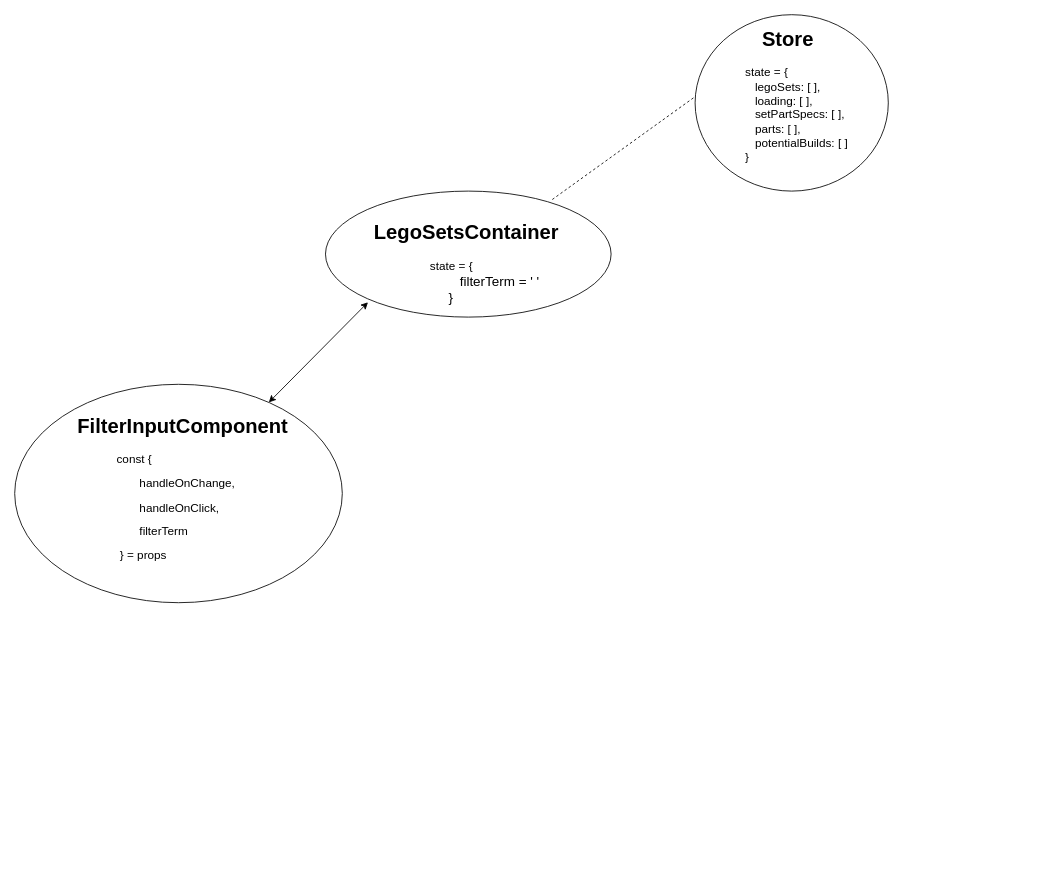
The draw.io diagram StateTreeDiagram.drawio in DavidRMorphew/my-bricks-app-frontend, before the edit. Source tidied: cells renumbered, new cells numbered last; positions are measured from the earlier drawing's top-left corner, leaving out a move shared by most shapes. Both pictures are drawn from the tidied source at 84%, with x=0, y=0 at pixel (14, 14).
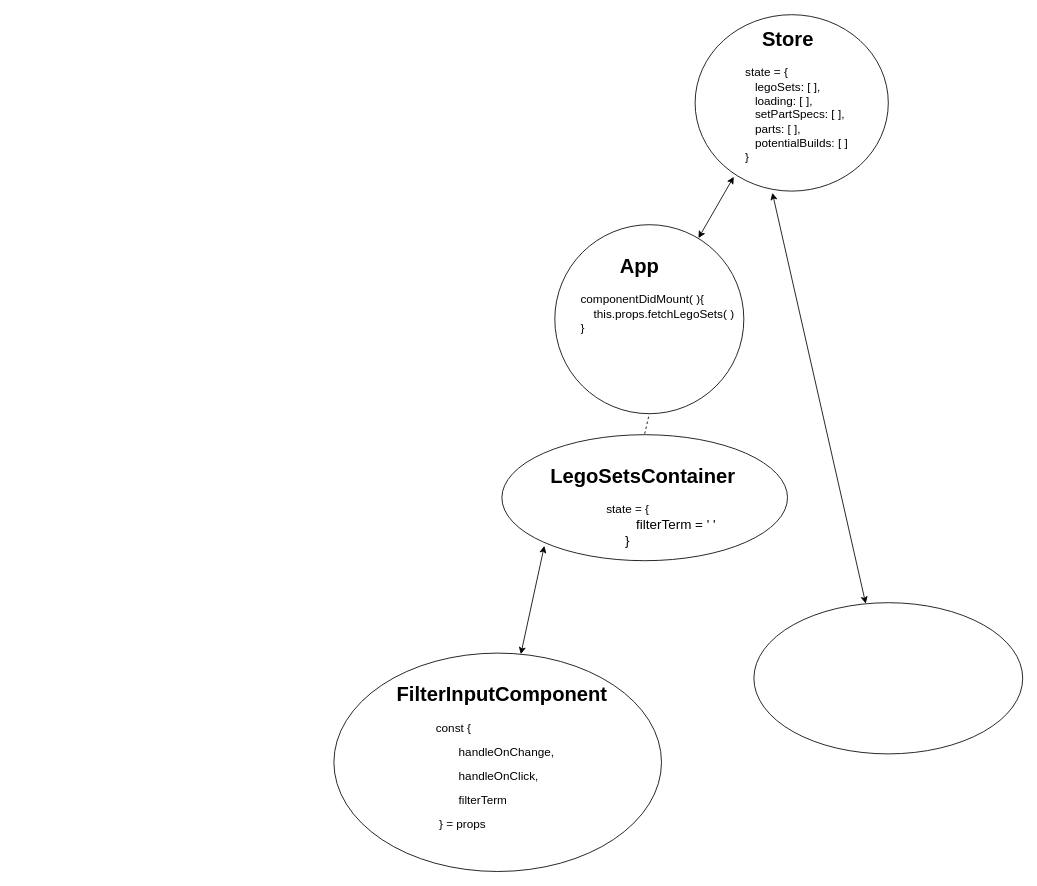
Above is the later version.

Commit message (it also covers changes not shown here):
cleaing up code in LegoSetCards and building out StateTreeDiagram.drawio

What changed in the source:
```diff
@@
 <mxGraphModel>
   <root>
     <mxCell id="0" />
     <mxCell id="1" parent="0" />
     <mxCell id="2" style="ellipse;whiteSpace=wrap;html=1;" parent="1" vertex="1">
       <mxGeometry x="810" width="230" height="210" as="geometry" />
     </mxCell>
     <mxCell id="3" value="&lt;h1&gt;&amp;nbsp; &amp;nbsp;Store&lt;/h1&gt;&lt;div&gt;&lt;font style=&quot;font-size: 14px&quot;&gt;&lt;span style=&quot;text-align: center&quot;&gt;state =&amp;nbsp;&lt;/span&gt;&lt;span style=&quot;text-align: center&quot;&gt;{&lt;/span&gt;&lt;br style=&quot;text-align: center&quot;&gt;&lt;span style=&quot;text-align: center&quot;&gt;&amp;nbsp; &amp;nbsp;legoSets: [ ],&lt;/span&gt;&lt;br style=&quot;text-align: center&quot;&gt;&lt;span style=&quot;text-align: center&quot;&gt;&amp;nbsp; &amp;nbsp;loading: [ ],&lt;/span&gt;&lt;br style=&quot;text-align: center&quot;&gt;&lt;span style=&quot;text-align: center&quot;&gt;&amp;nbsp; &amp;nbsp;setPartSpecs: [ ],&lt;/span&gt;&lt;br style=&quot;text-align: center&quot;&gt;&lt;span style=&quot;text-align: center&quot;&gt;&amp;nbsp; &amp;nbsp;parts: [ ],&lt;/span&gt;&lt;br style=&quot;text-align: center&quot;&gt;&lt;span style=&quot;text-align: center&quot;&gt;&amp;nbsp; &amp;nbsp;potentialBuilds: [ ]&lt;/span&gt;&lt;br style=&quot;text-align: center&quot;&gt;&lt;span style=&quot;text-align: center&quot;&gt;}&lt;/span&gt;&lt;/font&gt;&lt;br&gt;&lt;/div&gt;" style="text;html=1;strokeColor=none;fillColor=none;spacing=5;spacingTop=-20;whiteSpace=wrap;overflow=hidden;rounded=0;" parent="1" vertex="1">
       <mxGeometry x="865" y="10" width="190" height="170" as="geometry" />
     </mxCell>
     <mxCell id="4" style="ellipse;whiteSpace=wrap;html=1;" parent="1" vertex="1">
-      <mxGeometry x="370" y="210" width="340" height="150" as="geometry" />
+      <mxGeometry x="580" y="500" width="340" height="150" as="geometry" />
     </mxCell>
     <mxCell id="5" value="&lt;h1&gt;LegoSetsContainer&lt;/h1&gt;&lt;div&gt;&amp;nbsp; &amp;nbsp; &amp;nbsp; &amp;nbsp; &amp;nbsp; &amp;nbsp; &amp;nbsp; &amp;nbsp; &amp;nbsp; &amp;nbsp; &lt;font style=&quot;font-size: 14px&quot;&gt;state = {&lt;/font&gt;&lt;/div&gt;&lt;div&gt;&lt;font size=&quot;3&quot;&gt;&amp;nbsp; &amp;nbsp; &amp;nbsp; &amp;nbsp; &amp;nbsp; &amp;nbsp; &amp;nbsp; &amp;nbsp; &amp;nbsp; &amp;nbsp; &amp;nbsp; &amp;nbsp;filterTerm = ' '&lt;/font&gt;&lt;/div&gt;&lt;div&gt;&lt;font size=&quot;3&quot;&gt;&amp;nbsp; &amp;nbsp; &amp;nbsp; &amp;nbsp; &amp;nbsp; &amp;nbsp; &amp;nbsp; &amp;nbsp; &amp;nbsp; &amp;nbsp; }&lt;/font&gt;&lt;/div&gt;" style="text;html=1;strokeColor=none;fillColor=none;spacing=5;spacingTop=-20;whiteSpace=wrap;overflow=hidden;rounded=0;" parent="1" vertex="1">
-      <mxGeometry x="423" y="240" width="245" height="120" as="geometry" />
+      <mxGeometry x="633" y="530" width="245" height="120" as="geometry" />
     </mxCell>
-    <mxCell id="6" style="endArrow=none;dashed=1;html=1;entryX=0.001;entryY=0.464;entryDx=0;entryDy=0;entryPerimeter=0;" parent="1" edge="1" target="2">
+    <mxCell id="6" style="endArrow=none;dashed=1;html=1;entryX=0.5;entryY=1;entryDx=0;entryDy=0;" parent="1" edge="1" target="10">
       <mxGeometry relative="1" as="geometry">
-        <mxPoint x="640" y="220" as="sourcePoint" />
+        <mxPoint x="750" y="499" as="sourcePoint" />
       </mxGeometry>
     </mxCell>
     <mxCell id="7" style="ellipse;whiteSpace=wrap;html=1;" parent="1" vertex="1">
-      <mxGeometry y="440" width="390" height="260" as="geometry" />
+      <mxGeometry x="380" y="760" width="390" height="260" as="geometry" />
     </mxCell>
     <mxCell id="8" value="&lt;h1&gt;FilterInputComponent&lt;/h1&gt;&lt;p&gt;&lt;font style=&quot;font-size: 14px&quot;&gt;&amp;nbsp; &amp;nbsp; &amp;nbsp; &amp;nbsp; &amp;nbsp; &amp;nbsp; const {&amp;nbsp;&lt;/font&gt;&lt;/p&gt;&lt;p&gt;&lt;font style=&quot;font-size: 14px&quot;&gt;&lt;span&gt;&amp;nbsp; &amp;nbsp; &amp;nbsp; &amp;nbsp; &amp;nbsp; &amp;nbsp; &amp;nbsp; &amp;nbsp; &amp;nbsp; &amp;nbsp;handleOnChange,&amp;nbsp;&lt;/span&gt;&lt;/font&gt;&lt;/p&gt;&lt;p&gt;&lt;font style=&quot;font-size: 14px&quot;&gt;&lt;span&gt;&amp;nbsp; &amp;nbsp; &amp;nbsp; &amp;nbsp; &amp;nbsp; &amp;nbsp; &amp;nbsp; &amp;nbsp; &amp;nbsp; &amp;nbsp;handleOnClick,&amp;nbsp;&lt;/span&gt;&lt;/font&gt;&lt;/p&gt;&lt;p&gt;&lt;font style=&quot;font-size: 14px&quot;&gt;&lt;span&gt;&amp;nbsp; &amp;nbsp; &amp;nbsp; &amp;nbsp; &amp;nbsp; &amp;nbsp; &amp;nbsp; &amp;nbsp; &amp;nbsp; &amp;nbsp;filterTerm&amp;nbsp;&amp;nbsp;&lt;/span&gt;&lt;/font&gt;&lt;/p&gt;&lt;p&gt;&lt;font style=&quot;font-size: 14px&quot;&gt;&lt;span&gt;&amp;nbsp; &amp;nbsp; &amp;nbsp; &amp;nbsp; &amp;nbsp; &amp;nbsp; &amp;nbsp;} = props&lt;/span&gt;&lt;/font&gt;&lt;/p&gt;" style="text;html=1;strokeColor=none;fillColor=none;spacing=5;spacingTop=-20;whiteSpace=wrap;overflow=hidden;rounded=0;" parent="1" vertex="1">
-      <mxGeometry x="70" y="470" width="280" height="200" as="geometry" />
+      <mxGeometry x="450" y="790" width="280" height="200" as="geometry" />
     </mxCell>
     <mxCell id="9" style="endArrow=classic;startArrow=classic;html=1;entryX=-0.01;entryY=0.853;entryDx=0;entryDy=0;entryPerimeter=0;" parent="1" edge="1" source="7" target="5">
       <mxGeometry relative="1" as="geometry" />
     </mxCell>
+    <mxCell id="10" style="ellipse;whiteSpace=wrap;html=1;" parent="1" vertex="1">
+      <mxGeometry x="643" y="250" width="225" height="225" as="geometry" />
+    </mxCell>
+    <mxCell id="11" value="&lt;h1&gt;&amp;nbsp; &amp;nbsp; &amp;nbsp; &amp;nbsp;App&lt;/h1&gt;&lt;div&gt;&lt;font style=&quot;font-size: 14px&quot;&gt;componentDidMount( ){&lt;/font&gt;&lt;/div&gt;&lt;div&gt;&lt;font style=&quot;font-size: 14px&quot;&gt;&amp;nbsp; &amp;nbsp; this.props.fetchLegoSets( )&lt;/font&gt;&lt;/div&gt;&lt;div&gt;&lt;font style=&quot;font-size: 14px&quot;&gt;}&lt;/font&gt;&lt;/div&gt;" style="text;html=1;strokeColor=none;fillColor=none;spacing=5;spacingTop=-20;whiteSpace=wrap;overflow=hidden;rounded=0;" parent="1" vertex="1">
+      <mxGeometry x="669" y="280" width="199" height="140" as="geometry" />
+    </mxCell>
+    <mxCell id="12" style="ellipse;whiteSpace=wrap;html=1;" parent="1" vertex="1">
+      <mxGeometry x="880" y="700" width="320" height="180" as="geometry" />
+    </mxCell>
+    <mxCell id="13" style="endArrow=classic;startArrow=classic;html=1;entryX=0.2;entryY=0.919;entryDx=0;entryDy=0;entryPerimeter=0;exitX=0.76;exitY=0.071;exitDx=0;exitDy=0;exitPerimeter=0;" parent="1" edge="1" source="10" target="2">
+      <mxGeometry relative="1" as="geometry" />
+    </mxCell>
+    <mxCell id="14" style="endArrow=classic;startArrow=classic;html=1;entryX=0.416;entryY=0.006;entryDx=0;entryDy=0;entryPerimeter=0;exitX=0.4;exitY=1.01;exitDx=0;exitDy=0;exitPerimeter=0;" parent="1" edge="1" source="2" target="12">
+      <mxGeometry relative="1" as="geometry" />
+    </mxCell>
   </root>
 </mxGraphModel>
```
